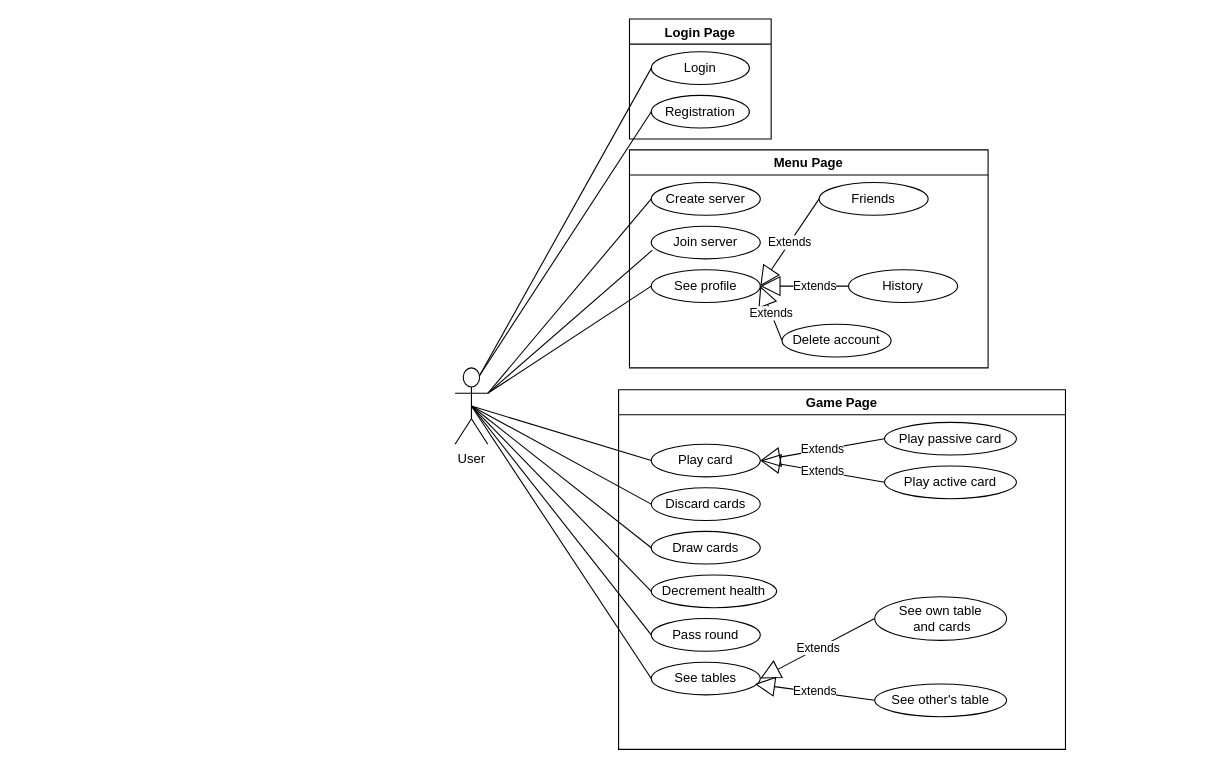
This is Development/UseCase.drawio from markovics-gergely/bang, a draw.io file, before an edit. Source tidied: cells renumbered, new cells numbered last; positions are measured from the earlier drawing's top-left corner, leaving out a move shared by most shapes. Both pictures are drawn from the tidied source at 109%, with x=0, y=0 at pixel (455, 19).
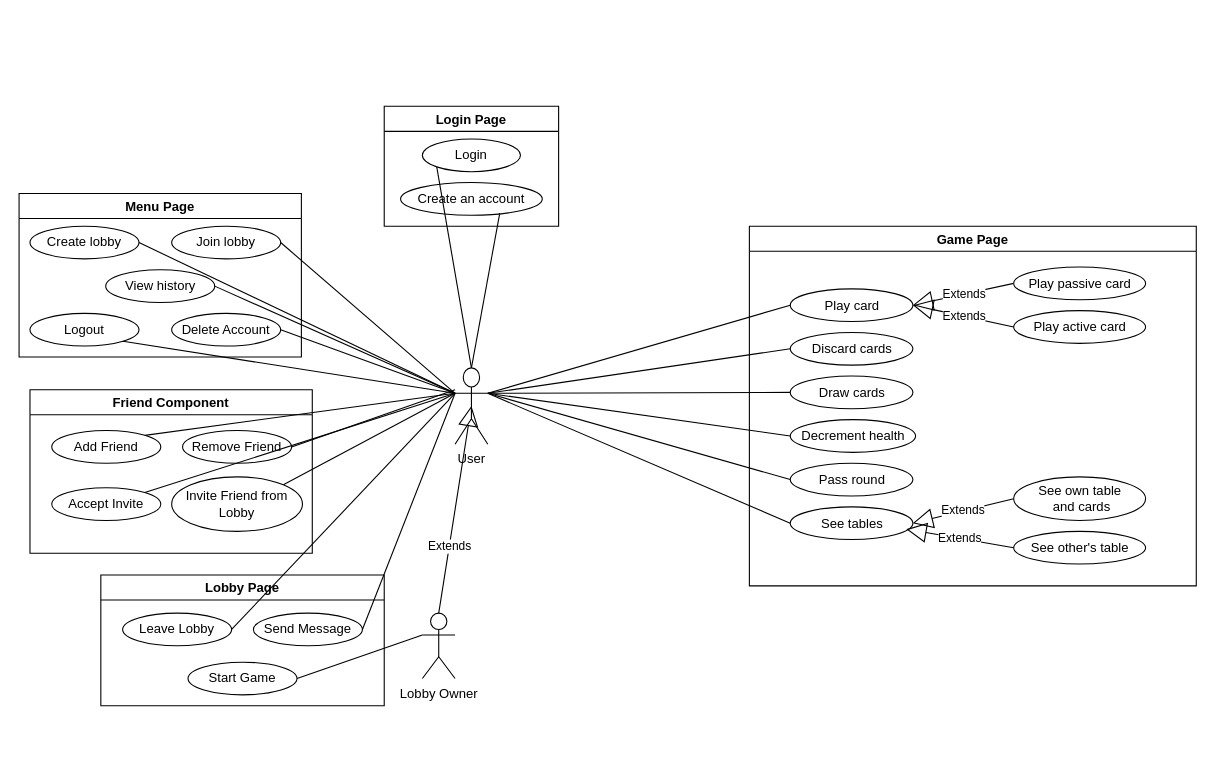
The same page after the edit.

The change refers to these unchanged cells:
```xml
<mxCell id="2" value="User" style="shape=umlActor;verticalLabelPosition=bottom;verticalAlign=top;html=1;outlineConnect=0;" parent="1" vertex="1">
  <mxGeometry y="320" width="30" height="70" as="geometry" />
</mxCell>
```

What changed in the source:
```diff
@@
-    <mxCell id="3" value="Login" style="ellipse;whiteSpace=wrap;html=1;" parent="1" vertex="1">
-      <mxGeometry x="180" y="30" width="90" height="30" as="geometry" />
-    </mxCell>
-    <mxCell id="4" value="Registration" style="ellipse;whiteSpace=wrap;html=1;" parent="1" vertex="1">
-      <mxGeometry x="180" y="70" width="90" height="30" as="geometry" />
+    <mxCell id="4" value="Create an account" style="ellipse;whiteSpace=wrap;html=1;" parent="1" vertex="1">
+      <mxGeometry x="-50" y="150" width="130" height="30" as="geometry" />
     </mxCell>
-    <mxCell id="5" style="endArrow=none;html=1;exitX=0.75;exitY=0.1;exitDx=0;exitDy=0;exitPerimeter=0;entryX=0;entryY=0.5;entryDx=0;entryDy=0;" parent="1" edge="1" source="2" target="3">
+    <mxCell id="5" style="endArrow=none;html=1;exitX=0.5;exitY=0;exitDx=0;exitDy=0;exitPerimeter=0;entryX=0;entryY=1;entryDx=0;entryDy=0;" parent="1" edge="1" source="2" target="3">
       <mxGeometry relative="1" as="geometry" />
     </mxCell>
-    <mxCell id="6" style="endArrow=none;html=1;exitX=0.75;exitY=0.1;exitDx=0;exitDy=0;exitPerimeter=0;entryX=0;entryY=0.5;entryDx=0;entryDy=0;" parent="1" edge="1" source="2" target="4">
+    <mxCell id="6" style="endArrow=none;html=1;exitX=0.5;exitY=0;exitDx=0;exitDy=0;exitPerimeter=0;entryX=0.7;entryY=0.933;entryDx=0;entryDy=0;entryPerimeter=0;" parent="1" edge="1" source="2" target="4">
       <mxGeometry relative="1" as="geometry" />
     </mxCell>
     <mxCell id="7" value="Login Page" style="swimlane;" parent="1" vertex="1">
-      <mxGeometry x="160" width="130" height="110" as="geometry" />
+      <mxGeometry x="-65" y="80" width="160" height="110" as="geometry" />
     </mxCell>
+    <mxCell id="3" value="Login" style="ellipse;whiteSpace=wrap;html=1;" parent="7" vertex="1">
+      <mxGeometry x="35" y="30" width="90" height="30" as="geometry" />
+    </mxCell>
+    <mxCell id="9" style="endArrow=none;html=1;exitX=0;exitY=0.3333333333333333;exitDx=0;exitDy=0;exitPerimeter=0;entryX=1;entryY=0.5;entryDx=0;entryDy=0;" parent="1" edge="1" source="2" target="8">
+      <mxGeometry relative="1" as="geometry" />
+    </mxCell>
+    <mxCell id="12" style="endArrow=none;html=1;entryX=1;entryY=0.5;entryDx=0;entryDy=0;exitX=0;exitY=0.3333333333333333;exitDx=0;exitDy=0;exitPerimeter=0;" parent="1" edge="1" source="2" target="10">
+      <mxGeometry relative="1" as="geometry" />
+    </mxCell>
+    <mxCell id="17" value="Menu Page" style="swimlane;" parent="1" vertex="1">
+      <mxGeometry x="-400" y="160" width="259" height="150" as="geometry" />
+    </mxCell>
+    <mxCell id="19" style="edgeStyle=orthogonalEdgeStyle;rounded=0;orthogonalLoop=1;jettySize=auto;html=1;exitX=0.5;exitY=1;exitDx=0;exitDy=0;" parent="17" edge="1">
+      <mxGeometry relative="1" as="geometry">
+        <mxPoint x="224" y="60" as="sourcePoint" />
+        <mxPoint x="224" y="60" as="targetPoint" />
+      </mxGeometry>
+    </mxCell>
-    <mxCell id="8" value="Create server" style="ellipse;whiteSpace=wrap;html=1;" parent="1" vertex="1">
-      <mxGeometry x="180" y="150" width="100" height="30" as="geometry" />
+    <mxCell id="8" value="Create lobby" style="ellipse;whiteSpace=wrap;html=1;" parent="17" vertex="1">
+      <mxGeometry x="10" y="30" width="100" height="30" as="geometry" />
     </mxCell>
-    <mxCell id="9" style="endArrow=none;html=1;exitX=1;exitY=0.3333333333333333;exitDx=0;exitDy=0;exitPerimeter=0;entryX=0;entryY=0.5;entryDx=0;entryDy=0;" parent="1" edge="1" source="2" target="8">
-      <mxGeometry relative="1" as="geometry" />
-    </mxCell>
-    <mxCell id="10" value="Join server" style="ellipse;whiteSpace=wrap;html=1;" parent="1" vertex="1">
-      <mxGeometry x="180" y="190" width="100" height="30" as="geometry" />
+    <mxCell id="10" value="Join lobby" style="ellipse;whiteSpace=wrap;html=1;" parent="17" vertex="1">
+      <mxGeometry x="140" y="30" width="100" height="30" as="geometry" />
     </mxCell>
-    <mxCell id="11" value="See profile" style="ellipse;whiteSpace=wrap;html=1;" parent="1" vertex="1">
-      <mxGeometry x="180" y="230" width="100" height="30" as="geometry" />
-    </mxCell>
-    <mxCell id="12" style="endArrow=none;html=1;entryX=0.01;entryY=0.733;entryDx=0;entryDy=0;entryPerimeter=0;exitX=1;exitY=0.3333333333333333;exitDx=0;exitDy=0;exitPerimeter=0;" parent="1" edge="1" source="2" target="10">
-      <mxGeometry relative="1" as="geometry" />
-    </mxCell>
-    <mxCell id="13" style="endArrow=none;html=1;exitX=1;exitY=0.3333333333333333;exitDx=0;exitDy=0;exitPerimeter=0;entryX=0;entryY=0.5;entryDx=0;entryDy=0;" parent="1" edge="1" source="2" target="11">
-      <mxGeometry relative="1" as="geometry" />
-    </mxCell>
-    <mxCell id="14" value="Extends" style="endArrow=block;endSize=16;endFill=0;html=1;entryX=1;entryY=0.5;entryDx=0;entryDy=0;exitX=0;exitY=0.5;exitDx=0;exitDy=0;" parent="1" edge="1" source="18" target="11">
-      <mxGeometry relative="1" as="geometry" />
-    </mxCell>
-    <mxCell id="15" value="Extends" style="endArrow=block;endSize=16;endFill=0;html=1;entryX=1;entryY=0.5;entryDx=0;entryDy=0;exitX=0;exitY=0.5;exitDx=0;exitDy=0;" parent="1" edge="1" source="21" target="11">
-      <mxGeometry x="-0.23" relative="1" as="geometry" />
-    </mxCell>
-    <mxCell id="16" value="Extends" style="endArrow=block;endSize=16;endFill=0;html=1;entryX=1;entryY=0.5;entryDx=0;entryDy=0;exitX=0;exitY=0.5;exitDx=0;exitDy=0;" parent="1" edge="1" source="20" target="11">
-      <mxGeometry relative="1" as="geometry" />
-    </mxCell>
-    <mxCell id="17" value="Menu Page" style="swimlane;" parent="1" vertex="1">
-      <mxGeometry x="160" y="120" width="329" height="200" as="geometry" />
-    </mxCell>
-    <mxCell id="18" value="Friends" style="ellipse;whiteSpace=wrap;html=1;" parent="17" vertex="1">
-      <mxGeometry x="174" y="30" width="100" height="30" as="geometry" />
-    </mxCell>
-    <mxCell id="19" style="edgeStyle=orthogonalEdgeStyle;rounded=0;orthogonalLoop=1;jettySize=auto;html=1;exitX=0.5;exitY=1;exitDx=0;exitDy=0;" parent="17" edge="1" source="18" target="18">
-      <mxGeometry relative="1" as="geometry" />
-    </mxCell>
-    <mxCell id="20" value="Delete account" style="ellipse;whiteSpace=wrap;html=1;" parent="17" vertex="1">
-      <mxGeometry x="140" y="160" width="100" height="30" as="geometry" />
-    </mxCell>
-    <mxCell id="21" value="History" style="ellipse;whiteSpace=wrap;html=1;" parent="17" vertex="1">
-      <mxGeometry x="201" y="110" width="100" height="30" as="geometry" />
-    </mxCell>
+    <mxCell id="43" value="View history" style="ellipse;whiteSpace=wrap;html=1;" parent="17" vertex="1">
+      <mxGeometry x="79.5" y="70" width="100" height="30" as="geometry" />
+    </mxCell>
+    <mxCell id="44" value="Logout" style="ellipse;whiteSpace=wrap;html=1;" parent="17" vertex="1">
+      <mxGeometry x="10" y="110" width="100" height="30" as="geometry" />
+    </mxCell>
+    <mxCell id="45" value="Delete Account" style="ellipse;whiteSpace=wrap;html=1;" parent="17" vertex="1">
+      <mxGeometry x="140" y="110" width="100" height="30" as="geometry" />
+    </mxCell>
+    <mxCell id="36" value="Game Page" style="swimlane;" parent="1" vertex="1">
+      <mxGeometry x="270" y="190" width="410" height="330" as="geometry" />
+    </mxCell>
-    <mxCell id="22" value="Pass round" style="ellipse;whiteSpace=wrap;html=1;" parent="1" vertex="1">
-      <mxGeometry x="180" y="550" width="100" height="30" as="geometry" />
+    <mxCell id="22" value="Pass round" style="ellipse;whiteSpace=wrap;html=1;" parent="36" vertex="1">
+      <mxGeometry x="37.5" y="217.5" width="112.5" height="30" as="geometry" />
     </mxCell>
-    <mxCell id="23" value="Discard cards" style="ellipse;whiteSpace=wrap;html=1;" parent="1" vertex="1">
-      <mxGeometry x="180" y="430" width="100" height="30" as="geometry" />
+    <mxCell id="23" value="Discard cards" style="ellipse;whiteSpace=wrap;html=1;" parent="36" vertex="1">
+      <mxGeometry x="37.5" y="97.5" width="112.5" height="30" as="geometry" />
     </mxCell>
-    <mxCell id="24" value="Draw cards" style="ellipse;whiteSpace=wrap;html=1;" parent="1" vertex="1">
-      <mxGeometry x="180" y="470" width="100" height="30" as="geometry" />
+    <mxCell id="24" value="Draw cards" style="ellipse;whiteSpace=wrap;html=1;" parent="36" vertex="1">
+      <mxGeometry x="37.5" y="137.5" width="112.5" height="30" as="geometry" />
     </mxCell>
-    <mxCell id="25" value="Decrement health" style="ellipse;whiteSpace=wrap;html=1;" parent="1" vertex="1">
-      <mxGeometry x="180" y="510" width="115" height="30" as="geometry" />
+    <mxCell id="25" value="Decrement health" style="ellipse;whiteSpace=wrap;html=1;" parent="36" vertex="1">
+      <mxGeometry x="37.5" y="177.5" width="115" height="30" as="geometry" />
     </mxCell>
-    <mxCell id="26" value="Play card" style="ellipse;whiteSpace=wrap;html=1;" parent="1" vertex="1">
-      <mxGeometry x="180" y="390" width="100" height="30" as="geometry" />
+    <mxCell id="26" value="Play card" style="ellipse;whiteSpace=wrap;html=1;" parent="36" vertex="1">
+      <mxGeometry x="37.5" y="57.5" width="112.5" height="30" as="geometry" />
     </mxCell>
-    <mxCell id="27" value="See tables" style="ellipse;whiteSpace=wrap;html=1;" parent="1" vertex="1">
-      <mxGeometry x="180" y="590" width="100" height="30" as="geometry" />
+    <mxCell id="27" value="See tables" style="ellipse;whiteSpace=wrap;html=1;" parent="36" vertex="1">
+      <mxGeometry x="37.5" y="257.5" width="112.5" height="30" as="geometry" />
     </mxCell>
-    <mxCell id="28" value="Extends" style="endArrow=block;endSize=16;endFill=0;html=1;entryX=1;entryY=0.5;entryDx=0;entryDy=0;exitX=0;exitY=0.5;exitDx=0;exitDy=0;" parent="1" edge="1" source="32" target="26">
+    <mxCell id="28" value="Extends" style="endArrow=block;endSize=16;endFill=0;html=1;entryX=1;entryY=0.5;entryDx=0;entryDy=0;exitX=0;exitY=0.5;exitDx=0;exitDy=0;" parent="36" edge="1" source="32" target="26">
       <mxGeometry relative="1" as="geometry" />
     </mxCell>
-    <mxCell id="29" value="Extends" style="endArrow=block;endSize=16;endFill=0;html=1;entryX=1;entryY=0.5;entryDx=0;entryDy=0;exitX=0;exitY=0.5;exitDx=0;exitDy=0;" parent="1" edge="1" source="33" target="26">
+    <mxCell id="29" value="Extends" style="endArrow=block;endSize=16;endFill=0;html=1;entryX=1;entryY=0.5;entryDx=0;entryDy=0;exitX=0;exitY=0.5;exitDx=0;exitDy=0;" parent="36" edge="1" source="33" target="26">
       <mxGeometry relative="1" as="geometry" />
     </mxCell>
-    <mxCell id="30" value="Extends" style="endArrow=block;endSize=16;endFill=0;html=1;entryX=1;entryY=0.5;entryDx=0;entryDy=0;exitX=0;exitY=0.5;exitDx=0;exitDy=0;" parent="1" edge="1" source="34" target="27">
+    <mxCell id="30" value="Extends" style="endArrow=block;endSize=16;endFill=0;html=1;entryX=1;entryY=0.5;entryDx=0;entryDy=0;exitX=0;exitY=0.5;exitDx=0;exitDy=0;" parent="36" edge="1" source="34" target="27">
       <mxGeometry relative="1" as="geometry" />
     </mxCell>
-    <mxCell id="31" value="Extends" style="endArrow=block;endSize=16;endFill=0;html=1;entryX=0.95;entryY=0.667;entryDx=0;entryDy=0;entryPerimeter=0;exitX=0;exitY=0.5;exitDx=0;exitDy=0;" parent="1" edge="1" source="35" target="27">
+    <mxCell id="31" value="Extends" style="endArrow=block;endSize=16;endFill=0;html=1;exitX=0;exitY=0.5;exitDx=0;exitDy=0;entryX=0.947;entryY=0.683;entryDx=0;entryDy=0;entryPerimeter=0;" parent="36" edge="1" source="35" target="27">
       <mxGeometry relative="1" as="geometry" />
     </mxCell>
-    <mxCell id="32" value="Play passive card" style="ellipse;whiteSpace=wrap;html=1;" parent="1" vertex="1">
-      <mxGeometry x="394" y="370" width="121" height="30" as="geometry" />
+    <mxCell id="32" value="Play passive card" style="ellipse;whiteSpace=wrap;html=1;" parent="36" vertex="1">
+      <mxGeometry x="242.5" y="37.5" width="121" height="30" as="geometry" />
     </mxCell>
-    <mxCell id="33" value="Play active card" style="ellipse;whiteSpace=wrap;html=1;" parent="1" vertex="1">
-      <mxGeometry x="394" y="410" width="121" height="30" as="geometry" />
+    <mxCell id="33" value="Play active card" style="ellipse;whiteSpace=wrap;html=1;" parent="36" vertex="1">
+      <mxGeometry x="242.5" y="77.5" width="121" height="30" as="geometry" />
     </mxCell>
-    <mxCell id="34" value="See own table&lt;br&gt;&amp;nbsp;and cards" style="ellipse;whiteSpace=wrap;html=1;" parent="1" vertex="1">
-      <mxGeometry x="385" y="530" width="121" height="40" as="geometry" />
+    <mxCell id="34" value="See own table&lt;br&gt;&amp;nbsp;and cards" style="ellipse;whiteSpace=wrap;html=1;" parent="36" vertex="1">
+      <mxGeometry x="242.5" y="230" width="121" height="40" as="geometry" />
     </mxCell>
-    <mxCell id="35" value="See other's table" style="ellipse;whiteSpace=wrap;html=1;" parent="1" vertex="1">
-      <mxGeometry x="385" y="610" width="121" height="30" as="geometry" />
+    <mxCell id="35" value="See other's table" style="ellipse;whiteSpace=wrap;html=1;" parent="36" vertex="1">
+      <mxGeometry x="242.5" y="280" width="121" height="30" as="geometry" />
     </mxCell>
-    <mxCell id="36" value="Game Page" style="swimlane;" parent="1" vertex="1">
-      <mxGeometry x="150" y="340" width="410" height="330" as="geometry" />
-    </mxCell>
-    <mxCell id="37" style="endArrow=none;html=1;exitX=0.5;exitY=0.5;exitDx=0;exitDy=0;exitPerimeter=0;entryX=0;entryY=0.5;entryDx=0;entryDy=0;" parent="1" edge="1" source="2" target="26">
+    <mxCell id="37" style="endArrow=none;html=1;exitX=1;exitY=0.3333333333333333;exitDx=0;exitDy=0;exitPerimeter=0;entryX=0;entryY=0.5;entryDx=0;entryDy=0;" parent="1" edge="1" source="2" target="26">
       <mxGeometry relative="1" as="geometry" />
     </mxCell>
-    <mxCell id="38" style="endArrow=none;html=1;exitX=0.5;exitY=0.5;exitDx=0;exitDy=0;exitPerimeter=0;entryX=0;entryY=0.5;entryDx=0;entryDy=0;" parent="1" edge="1" source="2" target="23">
+    <mxCell id="38" style="endArrow=none;html=1;exitX=1;exitY=0.3333333333333333;exitDx=0;exitDy=0;exitPerimeter=0;entryX=0;entryY=0.5;entryDx=0;entryDy=0;" parent="1" edge="1" source="2" target="23">
       <mxGeometry relative="1" as="geometry" />
     </mxCell>
-    <mxCell id="39" style="endArrow=none;html=1;exitX=0.5;exitY=0.5;exitDx=0;exitDy=0;exitPerimeter=0;entryX=0;entryY=0.5;entryDx=0;entryDy=0;" parent="1" edge="1" source="2" target="24">
+    <mxCell id="39" style="endArrow=none;html=1;exitX=1;exitY=0.3333333333333333;exitDx=0;exitDy=0;exitPerimeter=0;entryX=0;entryY=0.5;entryDx=0;entryDy=0;" parent="1" edge="1" source="2" target="24">
       <mxGeometry relative="1" as="geometry" />
     </mxCell>
-    <mxCell id="40" style="endArrow=none;html=1;exitX=0.5;exitY=0.5;exitDx=0;exitDy=0;exitPerimeter=0;entryX=0;entryY=0.5;entryDx=0;entryDy=0;" parent="1" edge="1" source="2" target="25">
+    <mxCell id="40" style="endArrow=none;html=1;exitX=1;exitY=0.3333333333333333;exitDx=0;exitDy=0;exitPerimeter=0;entryX=0;entryY=0.5;entryDx=0;entryDy=0;" parent="1" edge="1" source="2" target="25">
       <mxGeometry relative="1" as="geometry" />
     </mxCell>
-    <mxCell id="41" style="endArrow=none;html=1;exitX=0.5;exitY=0.5;exitDx=0;exitDy=0;exitPerimeter=0;entryX=0;entryY=0.5;entryDx=0;entryDy=0;" parent="1" edge="1" source="2" target="22">
+    <mxCell id="41" style="endArrow=none;html=1;exitX=1;exitY=0.3333333333333333;exitDx=0;exitDy=0;exitPerimeter=0;entryX=0;entryY=0.5;entryDx=0;entryDy=0;" parent="1" edge="1" source="2" target="22">
       <mxGeometry relative="1" as="geometry" />
     </mxCell>
-    <mxCell id="42" style="endArrow=none;html=1;exitX=0.5;exitY=0.5;exitDx=0;exitDy=0;exitPerimeter=0;entryX=0;entryY=0.5;entryDx=0;entryDy=0;" parent="1" edge="1" source="2" target="27">
+    <mxCell id="42" style="endArrow=none;html=1;exitX=1;exitY=0.3333333333333333;exitDx=0;exitDy=0;exitPerimeter=0;entryX=0;entryY=0.5;entryDx=0;entryDy=0;" parent="1" edge="1" source="2" target="27">
       <mxGeometry relative="1" as="geometry" />
     </mxCell>
+    <mxCell id="46" value="Lobby Page" style="swimlane;startSize=23;" parent="1" vertex="1">
+      <mxGeometry x="-325" y="510" width="260" height="120" as="geometry" />
+    </mxCell>
+    <mxCell id="47" style="edgeStyle=orthogonalEdgeStyle;rounded=0;orthogonalLoop=1;jettySize=auto;html=1;exitX=0.5;exitY=1;exitDx=0;exitDy=0;" parent="46" edge="1">
+      <mxGeometry relative="1" as="geometry">
+        <mxPoint x="224" y="60" as="sourcePoint" />
+        <mxPoint x="224" y="60" as="targetPoint" />
+      </mxGeometry>
+    </mxCell>
+    <mxCell id="48" value="Leave Lobby" style="ellipse;whiteSpace=wrap;html=1;" parent="46" vertex="1">
+      <mxGeometry x="20" y="35" width="100" height="30" as="geometry" />
+    </mxCell>
+    <mxCell id="49" value="Start Game" style="ellipse;whiteSpace=wrap;html=1;" parent="46" vertex="1">
+      <mxGeometry x="80" y="80" width="100" height="30" as="geometry" />
+    </mxCell>
+    <mxCell id="50" value="Send Message" style="ellipse;whiteSpace=wrap;html=1;" parent="46" vertex="1">
+      <mxGeometry x="140" y="35" width="100" height="30" as="geometry" />
+    </mxCell>
+    <mxCell id="51" style="endArrow=none;html=1;entryX=1;entryY=0.5;entryDx=0;entryDy=0;exitX=0;exitY=0.3333333333333333;exitDx=0;exitDy=0;exitPerimeter=0;" parent="1" edge="1" source="2" target="43">
+      <mxGeometry relative="1" as="geometry" />
+    </mxCell>
+    <mxCell id="52" style="endArrow=none;html=1;exitX=0;exitY=0.3333333333333333;exitDx=0;exitDy=0;exitPerimeter=0;entryX=1;entryY=1;entryDx=0;entryDy=0;" parent="1" edge="1" source="2" target="44">
+      <mxGeometry relative="1" as="geometry" />
+    </mxCell>
+    <mxCell id="53" style="endArrow=none;html=1;exitX=0;exitY=0.3333333333333333;exitDx=0;exitDy=0;exitPerimeter=0;entryX=1;entryY=0.5;entryDx=0;entryDy=0;" parent="1" edge="1" source="2" target="45">
+      <mxGeometry relative="1" as="geometry" />
+    </mxCell>
+    <mxCell id="54" value="Lobby Owner" style="shape=umlActor;verticalLabelPosition=bottom;verticalAlign=top;html=1;outlineConnect=0;" parent="1" vertex="1">
+      <mxGeometry x="-30" y="545" width="30" height="60" as="geometry" />
+    </mxCell>
+    <mxCell id="55" value="Extends" style="endArrow=block;endSize=16;endFill=0;html=1;exitX=0.5;exitY=0;exitDx=0;exitDy=0;exitPerimeter=0;entryX=0.5;entryY=0.5;entryDx=0;entryDy=0;entryPerimeter=0;" parent="1" edge="1" source="54" target="2">
+      <mxGeometry x="-0.36" relative="1" as="geometry" />
+    </mxCell>
+    <mxCell id="56" style="endArrow=none;html=1;entryX=1;entryY=0.5;entryDx=0;entryDy=0;exitX=0;exitY=0.3333333333333333;exitDx=0;exitDy=0;exitPerimeter=0;" parent="1" edge="1" source="2" target="48">
+      <mxGeometry relative="1" as="geometry" />
+    </mxCell>
+    <mxCell id="57" style="endArrow=none;html=1;entryX=1;entryY=0;entryDx=0;entryDy=0;exitX=0;exitY=0.3333333333333333;exitDx=0;exitDy=0;exitPerimeter=0;" parent="1" edge="1" source="2" target="65">
+      <mxGeometry relative="1" as="geometry" />
+    </mxCell>
+    <mxCell id="58" style="endArrow=none;html=1;exitX=1;exitY=0.5;exitDx=0;exitDy=0;entryX=0;entryY=0.3333333333333333;entryDx=0;entryDy=0;entryPerimeter=0;" parent="1" edge="1" source="49" target="54">
+      <mxGeometry relative="1" as="geometry" />
+    </mxCell>
+    <mxCell id="59" style="endArrow=none;html=1;entryX=1;entryY=0.5;entryDx=0;entryDy=0;exitX=0;exitY=0.3333333333333333;exitDx=0;exitDy=0;exitPerimeter=0;" parent="1" edge="1" source="2" target="50">
+      <mxGeometry relative="1" as="geometry" />
+    </mxCell>
+    <mxCell id="60" value="Friend Component" style="swimlane;" parent="1" vertex="1">
+      <mxGeometry x="-390" y="340" width="259" height="150" as="geometry" />
+    </mxCell>
+    <mxCell id="61" style="edgeStyle=orthogonalEdgeStyle;rounded=0;orthogonalLoop=1;jettySize=auto;html=1;exitX=0.5;exitY=1;exitDx=0;exitDy=0;" parent="60" edge="1">
+      <mxGeometry relative="1" as="geometry">
+        <mxPoint x="224" y="60" as="sourcePoint" />
+        <mxPoint x="224" y="60" as="targetPoint" />
+      </mxGeometry>
+    </mxCell>
+    <mxCell id="62" value="Add Friend" style="ellipse;whiteSpace=wrap;html=1;" parent="60" vertex="1">
+      <mxGeometry x="20" y="37.5" width="100" height="30" as="geometry" />
+    </mxCell>
+    <mxCell id="63" value="Remove Friend" style="ellipse;whiteSpace=wrap;html=1;" parent="60" vertex="1">
+      <mxGeometry x="140" y="37.5" width="100" height="30" as="geometry" />
+    </mxCell>
+    <mxCell id="64" value="Accept Invite" style="ellipse;whiteSpace=wrap;html=1;" parent="60" vertex="1">
+      <mxGeometry x="20" y="90" width="100" height="30" as="geometry" />
+    </mxCell>
+    <mxCell id="65" value="Invite Friend from Lobby" style="ellipse;whiteSpace=wrap;html=1;" parent="60" vertex="1">
+      <mxGeometry x="130" y="80" width="120" height="50" as="geometry" />
+    </mxCell>
+    <mxCell id="66" style="endArrow=none;html=1;exitX=1;exitY=0.5;exitDx=0;exitDy=0;" parent="1" edge="1" source="63">
+      <mxGeometry relative="1" as="geometry">
+        <mxPoint y="340" as="targetPoint" />
+      </mxGeometry>
+    </mxCell>
+    <mxCell id="67" style="endArrow=none;html=1;exitX=1;exitY=0;exitDx=0;exitDy=0;entryX=0;entryY=0.3333333333333333;entryDx=0;entryDy=0;entryPerimeter=0;" parent="1" edge="1" source="62" target="2">
+      <mxGeometry relative="1" as="geometry" />
+    </mxCell>
+    <mxCell id="68" style="endArrow=none;html=1;exitX=1;exitY=0;exitDx=0;exitDy=0;entryX=0;entryY=0.3333333333333333;entryDx=0;entryDy=0;entryPerimeter=0;" parent="1" edge="1" source="64" target="2">
+      <mxGeometry relative="1" as="geometry" />
+    </mxCell>
```
